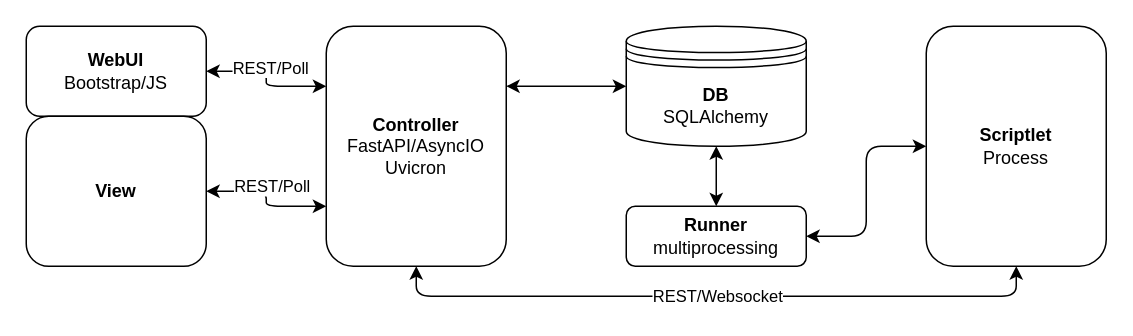
Before: doc/architecture.drawio in pyops-project/pyops, a draw.io diagram. Source tidied: cells renumbered, new cells numbered last; positions are measured from the earlier drawing's top-left corner, leaving out a move shared by most shapes. Both pictures are drawn from the tidied source at 150%, with x=0, y=0 at pixel (26, 26).
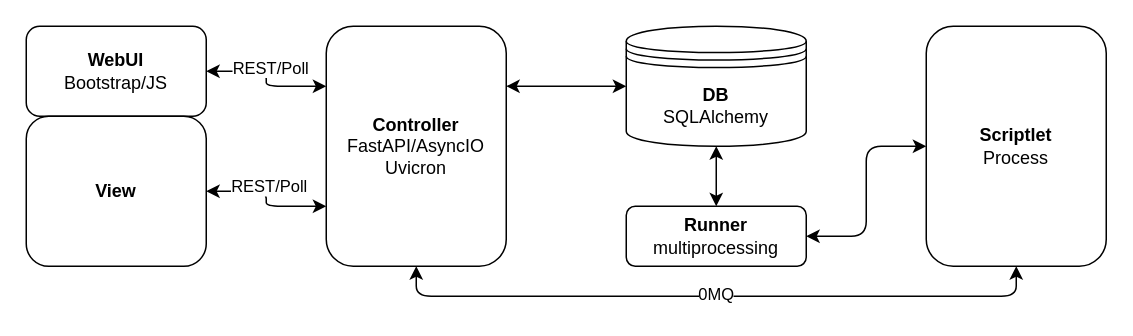
The same page after the edit.

The change refers to these unchanged cells:
```xml
<mxCell id="5" style="edgeStyle=orthogonalEdgeStyle;html=1;exitX=1;exitY=0.5;exitDx=0;exitDy=0;entryX=0;entryY=0.75;entryDx=0;entryDy=0;startArrow=classic;startFill=1;" parent="1" edge="1" source="7" target="11">
  <mxGeometry relative="1" as="geometry" />
</mxCell>
<mxCell id="11" value="&lt;b&gt;Controller&lt;/b&gt;&lt;br&gt;FastAPI/AsyncIO&lt;br&gt;Uvicron" style="rounded=1;whiteSpace=wrap;html=1;" parent="1" vertex="1">
  <mxGeometry x="200" width="120" height="160" as="geometry" />
</mxCell>
<mxCell id="16" value="&lt;b&gt;Scriptlet&lt;/b&gt;&lt;br&gt;Process" style="rounded=1;whiteSpace=wrap;html=1;" parent="1" vertex="1">
  <mxGeometry x="600" width="120" height="160" as="geometry" />
</mxCell>
```

Change to the diagram source:
```diff
@@
     <mxCell id="6" value="REST/Poll" style="edgeLabel;html=1;align=center;verticalAlign=middle;" parent="5" vertex="1">
       <mxGeometry x="-0.3" y="1" relative="1" as="geometry">
-        <mxPoint x="12" y="-3" as="offset" />
+        <mxPoint x="10" y="-3" as="offset" />
       </mxGeometry>
     </mxCell>
@@
-    <mxCell id="9" style="edgeStyle=orthogonalEdgeStyle;html=1;exitX=0.5;exitY=1;exitDx=0;exitDy=0;entryX=0.5;entryY=1;entryDx=0;entryDy=0;startArrow=classic;startFill=1;" parent="1" edge="1" source="11" target="16">
-      <mxGeometry relative="1" as="geometry">
-        <Array as="points">
-          <mxPoint x="260" y="180" />
-          <mxPoint x="660" y="180" />
-        </Array>
-      </mxGeometry>
-    </mxCell>
-    <mxCell id="10" value="REST/Websocket" style="edgeLabel;html=1;align=center;verticalAlign=middle;" parent="9" vertex="1">
-      <mxGeometry x="-0.06" y="1" relative="1" as="geometry">
-        <mxPoint x="13" as="offset" />
-      </mxGeometry>
-    </mxCell>
@@
+    <mxCell id="9" style="edgeStyle=orthogonalEdgeStyle;html=1;exitX=0.5;exitY=1;exitDx=0;exitDy=0;entryX=0.5;entryY=1;entryDx=0;entryDy=0;startArrow=classic;startFill=1;" parent="1" edge="1" source="11" target="16">
+      <mxGeometry relative="1" as="geometry">
+        <Array as="points">
+          <mxPoint x="260" y="180" />
+          <mxPoint x="660" y="180" />
+        </Array>
+      </mxGeometry>
+    </mxCell>
+    <mxCell id="17" value="0MQ" style="edgeLabel;html=1;align=center;verticalAlign=middle;" parent="9" vertex="1">
+      <mxGeometry x="0.12" y="2" relative="1" as="geometry">
+        <mxPoint x="-27" as="offset" />
+      </mxGeometry>
+    </mxCell>
```
